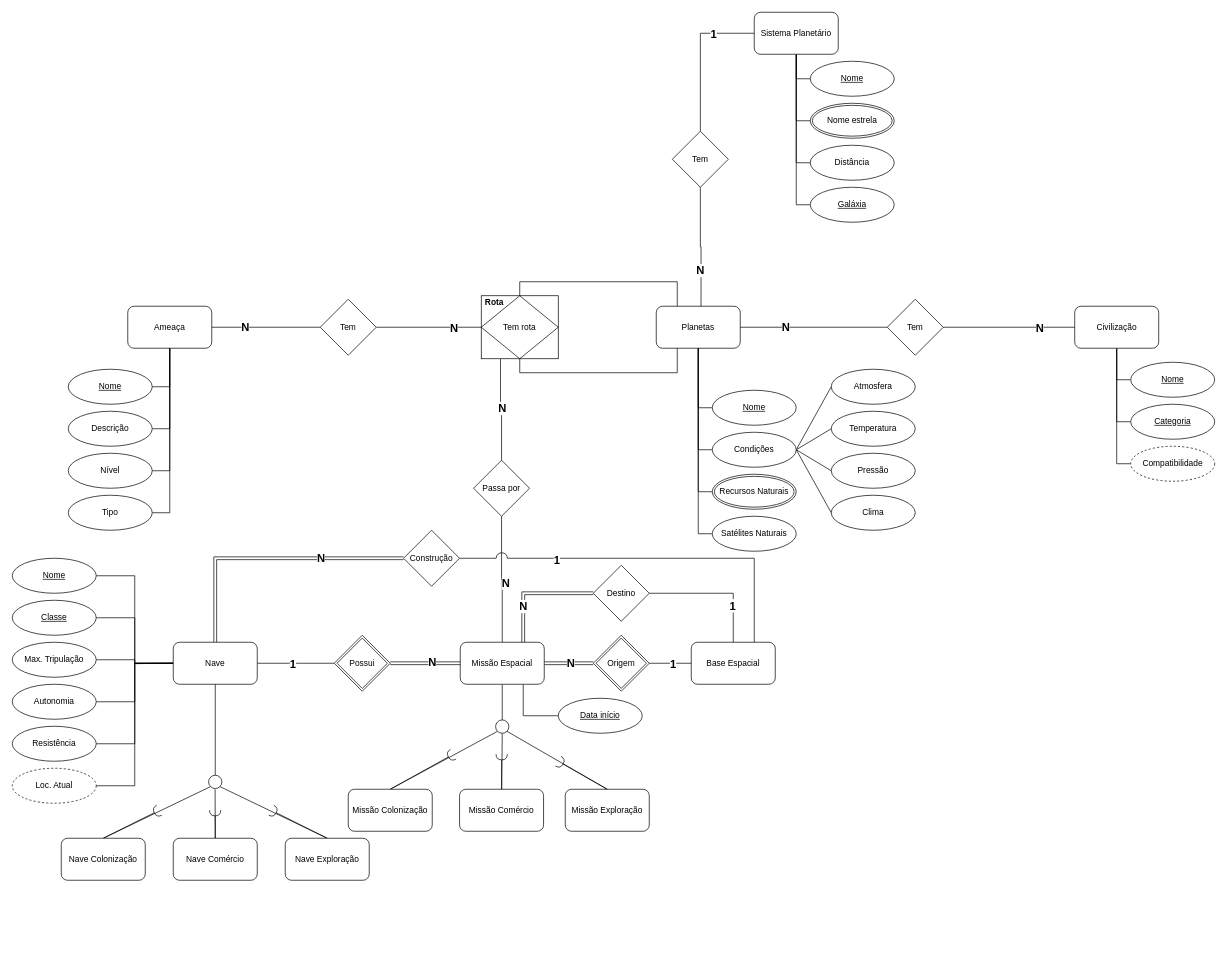
Before: MER Trabalho de BD.drawio in nicholasestevao/BD-Entity-Relationship-Model, a draw.io diagram. Source tidied: cells renumbered, new cells numbered last; positions are measured from the earlier drawing's top-left corner, leaving out a move shared by most shapes. Both pictures are drawn from the tidied source at 70%, with x=0, y=0 at pixel (12, 12).
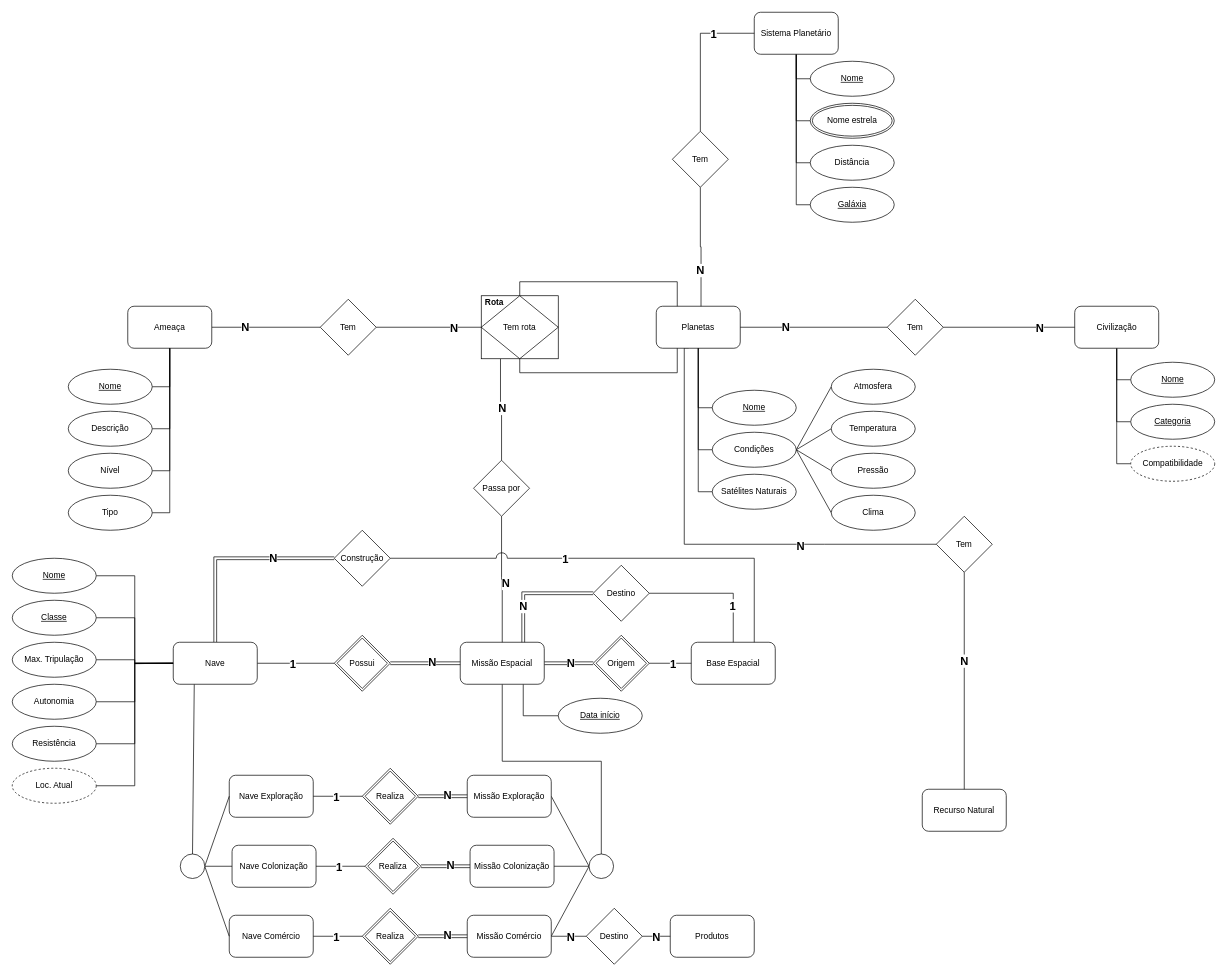
The same page after the edit.

Commit message:
produtos e recursos

Unchanged cells that the change refers to:
```xml
<mxCell id="14" value="Nave" style="rounded=1;whiteSpace=wrap;html=1;" parent="1" vertex="1">
  <mxGeometry x="230" y="900" width="120" height="60" as="geometry" />
</mxCell>
<mxCell id="20" value="Missão Espacial" style="rounded=1;whiteSpace=wrap;html=1;" parent="1" vertex="1">
  <mxGeometry x="640" y="900" width="120" height="60" as="geometry" />
</mxCell>
<mxCell id="30" value="Planetas" style="rounded=1;whiteSpace=wrap;html=1;" parent="1" vertex="1">
  <mxGeometry x="920" y="420" width="120" height="60" as="geometry" />
</mxCell>
<mxCell id="122" style="edgeStyle=orthogonalEdgeStyle;rounded=0;jettySize=auto;html=1;exitX=1;exitY=0.5;exitDx=0;exitDy=0;endArrow=none;endFill=0;entryX=0.75;entryY=0;entryDx=0;entryDy=0;jumpStyle=arc;jumpSize=16;" parent="1" edge="1" source="124" target="15">
  <mxGeometry relative="1" as="geometry" />
</mxCell>
```

What changed in the source:
```diff
@@
+    <mxCell id="127" style="rounded=0;jettySize=auto;html=1;exitX=0.25;exitY=1;exitDx=0;exitDy=0;entryX=0.5;entryY=0;entryDx=0;entryDy=0;endArrow=none;endFill=0;" parent="1" edge="1" source="14" target="157">
+      <mxGeometry relative="1" as="geometry" />
+    </mxCell>
@@
-    <mxCell id="19" style="edgeStyle=orthogonalEdgeStyle;rounded=0;jettySize=auto;html=1;exitX=0.5;exitY=1;exitDx=0;exitDy=0;entryX=0.5;entryY=0;entryDx=0;entryDy=0;endArrow=none;endFill=0;" parent="1" edge="1" source="20" target="116">
-      <mxGeometry relative="1" as="geometry" />
+    <mxCell id="19" style="rounded=0;jettySize=auto;html=1;exitX=0.5;exitY=1;exitDx=0;exitDy=0;endArrow=none;endFill=0;entryX=0.5;entryY=0;entryDx=0;entryDy=0;edgeStyle=orthogonalEdgeStyle;" parent="1" edge="1" source="20" target="158">
+      <mxGeometry relative="1" as="geometry">
+        <Array as="points">
+          <mxPoint x="700" y="1070" />
+          <mxPoint x="842" y="1070" />
+        </Array>
+      </mxGeometry>
     </mxCell>
@@
+    <mxCell id="128" style="edgeStyle=orthogonalEdgeStyle;rounded=0;jettySize=auto;html=1;entryX=0;entryY=0.5;entryDx=0;entryDy=0;exitX=0.386;exitY=0.99;exitDx=0;exitDy=0;exitPerimeter=0;endArrow=none;endFill=0;" parent="1" edge="1" source="30" target="162">
+      <mxGeometry relative="1" as="geometry">
+        <Array as="points">
+          <mxPoint x="960" y="479" />
+          <mxPoint x="960" y="760" />
+          <mxPoint x="1160" y="760" />
+        </Array>
+      </mxGeometry>
+    </mxCell>
+    <mxCell id="129" value="N" style="edgeLabel;html=1;align=center;verticalAlign=middle;fontStyle=1;fontSize=16;" parent="128" vertex="1">
+      <mxGeometry x="0.4" y="-2" relative="1" as="geometry">
+        <mxPoint x="-1" as="offset" />
+      </mxGeometry>
+    </mxCell>
@@
-    <mxCell id="48" style="edgeStyle=orthogonalEdgeStyle;rounded=0;jettySize=auto;html=1;entryX=0;entryY=0.5;entryDx=0;entryDy=0;endArrow=none;endFill=0;exitX=0.5;exitY=1;exitDx=0;exitDy=0;" parent="1" edge="1" source="30" target="57">
-      <mxGeometry relative="1" as="geometry" />
-    </mxCell>
@@
     <mxCell id="56" value="Satélites Naturais" style="ellipse;whiteSpace=wrap;html=1;" parent="1" vertex="1">
-      <mxGeometry x="1000" y="720" width="120" height="50" as="geometry" />
+      <mxGeometry x="1000" y="660" width="120" height="50" as="geometry" />
     </mxCell>
-    <mxCell id="57" value="Recursos Naturais" style="ellipse;shape=doubleEllipse;margin=3;whiteSpace=wrap;html=1;align=center;" parent="1" vertex="1">
-      <mxGeometry x="1000" y="660" width="120" height="50" as="geometry" />
-    </mxCell>
@@
-    <mxCell id="98" style="rounded=0;jettySize=auto;html=1;exitX=0.5;exitY=0;exitDx=0;exitDy=0;endArrow=halfCircle;endFill=0;strokeWidth=1;" parent="1" edge="1" source="99">
-      <mxGeometry relative="1" as="geometry">
-        <mxPoint x="630" y="1060" as="targetPoint" />
-      </mxGeometry>
-    </mxCell>
+    <mxCell id="130" style="rounded=0;jettySize=auto;html=1;exitX=1;exitY=0.5;exitDx=0;exitDy=0;endArrow=none;endFill=0;entryX=0;entryY=0.5;entryDx=0;entryDy=0;" parent="1" edge="1" source="99" target="158">
+      <mxGeometry relative="1" as="geometry" />
+    </mxCell>
     <mxCell id="99" value="Missão Colonização" style="rounded=1;whiteSpace=wrap;html=1;" parent="1" vertex="1">
-      <mxGeometry x="480" y="1110" width="120" height="60" as="geometry" />
+      <mxGeometry x="654" y="1190" width="120" height="60" as="geometry" />
     </mxCell>
-    <mxCell id="100" style="edgeStyle=orthogonalEdgeStyle;rounded=0;jettySize=auto;html=1;exitX=0.5;exitY=0;exitDx=0;exitDy=0;endArrow=halfCircle;endFill=0;" parent="1" edge="1" source="101">
-      <mxGeometry relative="1" as="geometry">
-        <mxPoint x="699.2" y="1060" as="targetPoint" />
-      </mxGeometry>
-    </mxCell>
+    <mxCell id="131" style="edgeStyle=orthogonalEdgeStyle;rounded=0;jettySize=auto;html=1;exitX=1;exitY=0.5;exitDx=0;exitDy=0;endArrow=none;endFill=0;" parent="1" edge="1" source="101" target="153">
+      <mxGeometry relative="1" as="geometry" />
+    </mxCell>
+    <mxCell id="132" value="&lt;b style=&quot;border-color: var(--border-color); font-size: 16px;&quot;&gt;N&lt;/b&gt;" style="edgeLabel;html=1;align=center;verticalAlign=middle;" parent="131" vertex="1">
+      <mxGeometry x="0.08" y="-2" relative="1" as="geometry">
+        <mxPoint y="-2" as="offset" />
+      </mxGeometry>
+    </mxCell>
+    <mxCell id="133" style="rounded=0;jettySize=auto;html=1;exitX=1;exitY=0.5;exitDx=0;exitDy=0;entryX=0;entryY=0.5;entryDx=0;entryDy=0;endArrow=none;endFill=0;" parent="1" edge="1" source="101" target="158">
+      <mxGeometry relative="1" as="geometry" />
+    </mxCell>
     <mxCell id="101" value="Missão Comércio" style="rounded=1;whiteSpace=wrap;html=1;" parent="1" vertex="1">
-      <mxGeometry x="639" y="1110" width="120" height="60" as="geometry" />
+      <mxGeometry x="650" y="1290" width="120" height="60" as="geometry" />
     </mxCell>
-    <mxCell id="102" style="rounded=0;jettySize=auto;html=1;exitX=0.5;exitY=0;exitDx=0;exitDy=0;endArrow=halfCircle;endFill=0;" parent="1" edge="1" source="103">
-      <mxGeometry relative="1" as="geometry">
-        <mxPoint x="780" y="1070" as="targetPoint" />
-      </mxGeometry>
-    </mxCell>
+    <mxCell id="134" style="rounded=0;jettySize=auto;html=1;entryX=0;entryY=0.5;entryDx=0;entryDy=0;endArrow=none;endFill=0;exitX=1;exitY=0.5;exitDx=0;exitDy=0;" parent="1" edge="1" source="103" target="158">
+      <mxGeometry relative="1" as="geometry" />
+    </mxCell>
     <mxCell id="103" value="Missão Exploração" style="rounded=1;whiteSpace=wrap;html=1;" parent="1" vertex="1">
-      <mxGeometry x="790" y="1110" width="120" height="60" as="geometry" />
+      <mxGeometry x="650" y="1090" width="120" height="60" as="geometry" />
     </mxCell>
-    <mxCell id="104" style="rounded=0;jettySize=auto;html=1;exitX=0.5;exitY=0;exitDx=0;exitDy=0;entryX=0;entryY=1;entryDx=0;entryDy=0;endArrow=none;endFill=0;" parent="1" edge="1" source="106" target="126">
-      <mxGeometry relative="1" as="geometry" />
-    </mxCell>
-    <mxCell id="105" style="rounded=0;jettySize=auto;html=1;exitX=0.5;exitY=0;exitDx=0;exitDy=0;endArrow=halfCircle;endFill=0;" parent="1" edge="1" source="106">
-      <mxGeometry relative="1" as="geometry">
-        <mxPoint x="210" y="1140" as="targetPoint" />
-      </mxGeometry>
-    </mxCell>
     <mxCell id="106" value="Nave Colonização" style="rounded=1;whiteSpace=wrap;html=1;" parent="1" vertex="1">
-      <mxGeometry x="70" y="1180" width="120" height="60" as="geometry" />
+      <mxGeometry x="314" y="1190" width="120" height="60" as="geometry" />
     </mxCell>
-    <mxCell id="107" style="rounded=0;jettySize=auto;html=1;exitX=0.5;exitY=0;exitDx=0;exitDy=0;endArrow=none;endFill=0;" parent="1" edge="1" source="109">
-      <mxGeometry relative="1" as="geometry">
-        <mxPoint x="289.8" y="1110" as="targetPoint" />
-      </mxGeometry>
-    </mxCell>
-    <mxCell id="108" style="edgeStyle=orthogonalEdgeStyle;rounded=0;jettySize=auto;html=1;exitX=0.5;exitY=0;exitDx=0;exitDy=0;endArrow=halfCircle;endFill=0;" parent="1" edge="1" source="109">
-      <mxGeometry relative="1" as="geometry">
-        <mxPoint x="289.8" y="1140" as="targetPoint" />
-      </mxGeometry>
-    </mxCell>
     <mxCell id="109" value="Nave Comércio" style="rounded=1;whiteSpace=wrap;html=1;" parent="1" vertex="1">
-      <mxGeometry x="230" y="1180" width="120" height="60" as="geometry" />
+      <mxGeometry x="310" y="1290" width="120" height="60" as="geometry" />
     </mxCell>
-    <mxCell id="110" style="rounded=0;jettySize=auto;html=1;exitX=0.5;exitY=0;exitDx=0;exitDy=0;entryX=1;entryY=1;entryDx=0;entryDy=0;endArrow=none;endFill=0;" parent="1" edge="1" source="112" target="126">
-      <mxGeometry relative="1" as="geometry" />
-    </mxCell>
-    <mxCell id="111" style="rounded=0;jettySize=auto;html=1;exitX=0.5;exitY=0;exitDx=0;exitDy=0;endArrow=halfCircle;endFill=0;" parent="1" edge="1" source="112">
-      <mxGeometry relative="1" as="geometry">
-        <mxPoint x="370" y="1140" as="targetPoint" />
-      </mxGeometry>
-    </mxCell>
     <mxCell id="112" value="Nave Exploração" style="rounded=1;whiteSpace=wrap;html=1;" parent="1" vertex="1">
-      <mxGeometry x="390" y="1180" width="120" height="60" as="geometry" />
+      <mxGeometry x="310" y="1090" width="120" height="60" as="geometry" />
     </mxCell>
-    <mxCell id="113" style="rounded=0;jettySize=auto;html=1;exitX=0;exitY=1;exitDx=0;exitDy=0;entryX=0.5;entryY=0;entryDx=0;entryDy=0;endArrow=none;endFill=0;strokeWidth=1;" parent="1" edge="1" source="116" target="99">
-      <mxGeometry relative="1" as="geometry" />
-    </mxCell>
-    <mxCell id="114" style="rounded=0;jettySize=auto;html=1;exitX=0.5;exitY=1;exitDx=0;exitDy=0;endArrow=none;endFill=0;" parent="1" edge="1" source="116" target="101">
-      <mxGeometry relative="1" as="geometry" />
-    </mxCell>
-    <mxCell id="115" style="rounded=0;jettySize=auto;html=1;exitX=1;exitY=1;exitDx=0;exitDy=0;endArrow=none;endFill=0;entryX=0.5;entryY=0;entryDx=0;entryDy=0;" parent="1" edge="1" source="116" target="103">
-      <mxGeometry relative="1" as="geometry" />
-    </mxCell>
-    <mxCell id="116" style="ellipse;whiteSpace=wrap;html=1;" parent="1" vertex="1">
-      <mxGeometry x="690.5" y="1011" width="19" height="19" as="geometry" />
-    </mxCell>
@@
     <mxCell id="123" value="&lt;b&gt;&lt;font style=&quot;font-size: 16px;&quot;&gt;1&lt;/font&gt;&lt;/b&gt;" style="edgeLabel;html=1;align=center;verticalAlign=middle;" parent="122" vertex="1">
-      <mxGeometry x="-0.49" y="-1" relative="1" as="geometry" />
+      <mxGeometry x="-0.49" y="-1" relative="1" as="geometry">
+        <mxPoint x="86" y="-1" as="offset" />
+      </mxGeometry>
     </mxCell>
     <mxCell id="124" value="Construção" style="rhombus;whiteSpace=wrap;html=1;" parent="1" vertex="1">
-      <mxGeometry x="559" y="740" width="80" height="80" as="geometry" />
+      <mxGeometry x="460" y="740" width="80" height="80" as="geometry" />
     </mxCell>
-    <mxCell id="125" style="edgeStyle=orthogonalEdgeStyle;rounded=0;jettySize=auto;html=1;endArrow=none;endFill=0;" parent="1" edge="1" source="126" target="14">
-      <mxGeometry relative="1" as="geometry" />
-    </mxCell>
-    <mxCell id="126" style="ellipse;whiteSpace=wrap;html=1;" parent="1" vertex="1">
-      <mxGeometry x="280.5" y="1090" width="19" height="19" as="geometry" />
-    </mxCell>
+    <mxCell id="135" style="edgeStyle=orthogonalEdgeStyle;rounded=0;jettySize=auto;html=1;exitX=1;exitY=0.5;exitDx=0;exitDy=0;entryX=0;entryY=0.5;entryDx=0;entryDy=0;endArrow=none;endFill=0;fontSize=16;" parent="1" edge="1" source="112" target="139">
+      <mxGeometry relative="1" as="geometry" />
+    </mxCell>
+    <mxCell id="136" value="1" style="edgeLabel;html=1;align=center;verticalAlign=middle;fontStyle=1;fontSize=16;" parent="135" vertex="1">
+      <mxGeometry x="-0.1" y="-4" relative="1" as="geometry">
+        <mxPoint y="-4" as="offset" />
+      </mxGeometry>
+    </mxCell>
+    <mxCell id="137" style="edgeStyle=orthogonalEdgeStyle;rounded=0;jettySize=auto;html=1;exitX=1;exitY=0.5;exitDx=0;exitDy=0;shape=link;entryX=0;entryY=0.5;entryDx=0;entryDy=0;" parent="1" edge="1" source="139" target="103">
+      <mxGeometry relative="1" as="geometry" />
+    </mxCell>
+    <mxCell id="138" value="&lt;b style=&quot;font-size: 16px;&quot;&gt;N&lt;/b&gt;" style="edgeLabel;html=1;align=center;verticalAlign=middle;fontSize=16;" parent="137" vertex="1">
+      <mxGeometry x="0.18" y="2" relative="1" as="geometry" />
+    </mxCell>
+    <mxCell id="139" value="Realiza" style="shape=rhombus;double=1;perimeter=rhombusPerimeter;whiteSpace=wrap;html=1;align=center;" parent="1" vertex="1">
+      <mxGeometry x="500" y="1080" width="80" height="80" as="geometry" />
+    </mxCell>
+    <mxCell id="140" style="edgeStyle=orthogonalEdgeStyle;rounded=0;jettySize=auto;html=1;exitX=1;exitY=0.5;exitDx=0;exitDy=0;entryX=0;entryY=0.5;entryDx=0;entryDy=0;endArrow=none;endFill=0;fontSize=16;" parent="1" edge="1" source="109" target="144">
+      <mxGeometry relative="1" as="geometry" />
+    </mxCell>
+    <mxCell id="141" value="1" style="edgeLabel;html=1;align=center;verticalAlign=middle;fontStyle=1;fontSize=16;" parent="140" vertex="1">
+      <mxGeometry x="-0.1" y="-4" relative="1" as="geometry">
+        <mxPoint y="-4" as="offset" />
+      </mxGeometry>
+    </mxCell>
+    <mxCell id="142" style="edgeStyle=orthogonalEdgeStyle;rounded=0;jettySize=auto;html=1;exitX=1;exitY=0.5;exitDx=0;exitDy=0;shape=link;" parent="1" edge="1" source="144">
+      <mxGeometry relative="1" as="geometry">
+        <mxPoint x="650" y="1320" as="targetPoint" />
+      </mxGeometry>
+    </mxCell>
+    <mxCell id="143" value="&lt;b style=&quot;font-size: 16px;&quot;&gt;N&lt;/b&gt;" style="edgeLabel;html=1;align=center;verticalAlign=middle;fontSize=16;" parent="142" vertex="1">
+      <mxGeometry x="0.18" y="2" relative="1" as="geometry" />
+    </mxCell>
+    <mxCell id="144" value="Realiza" style="shape=rhombus;double=1;perimeter=rhombusPerimeter;whiteSpace=wrap;html=1;align=center;" parent="1" vertex="1">
+      <mxGeometry x="500" y="1280" width="80" height="80" as="geometry" />
+    </mxCell>
+    <mxCell id="145" style="edgeStyle=orthogonalEdgeStyle;rounded=0;jettySize=auto;html=1;exitX=1;exitY=0.5;exitDx=0;exitDy=0;entryX=0;entryY=0.5;entryDx=0;entryDy=0;endArrow=none;endFill=0;fontSize=16;" parent="1" edge="1" source="106" target="149">
+      <mxGeometry relative="1" as="geometry" />
+    </mxCell>
+    <mxCell id="146" value="1" style="edgeLabel;html=1;align=center;verticalAlign=middle;fontStyle=1;fontSize=16;" parent="145" vertex="1">
+      <mxGeometry x="-0.1" y="-4" relative="1" as="geometry">
+        <mxPoint y="-4" as="offset" />
+      </mxGeometry>
+    </mxCell>
+    <mxCell id="147" style="edgeStyle=orthogonalEdgeStyle;rounded=0;jettySize=auto;html=1;exitX=1;exitY=0.5;exitDx=0;exitDy=0;shape=link;entryX=0;entryY=0.5;entryDx=0;entryDy=0;" parent="1" edge="1" source="149" target="99">
+      <mxGeometry relative="1" as="geometry" />
+    </mxCell>
+    <mxCell id="148" value="&lt;b style=&quot;font-size: 16px;&quot;&gt;N&lt;/b&gt;" style="edgeLabel;html=1;align=center;verticalAlign=middle;fontSize=16;" parent="147" vertex="1">
+      <mxGeometry x="0.18" y="2" relative="1" as="geometry" />
+    </mxCell>
+    <mxCell id="149" value="Realiza" style="shape=rhombus;double=1;perimeter=rhombusPerimeter;whiteSpace=wrap;html=1;align=center;" parent="1" vertex="1">
+      <mxGeometry x="504" y="1180" width="80" height="80" as="geometry" />
+    </mxCell>
+    <mxCell id="150" value="Produtos" style="rounded=1;whiteSpace=wrap;html=1;" parent="1" vertex="1">
+      <mxGeometry x="940" y="1290" width="120" height="60" as="geometry" />
+    </mxCell>
+    <mxCell id="151" style="edgeStyle=orthogonalEdgeStyle;rounded=0;jettySize=auto;html=1;exitX=1;exitY=0.5;exitDx=0;exitDy=0;entryX=0;entryY=0.5;entryDx=0;entryDy=0;endArrow=none;endFill=0;" parent="1" edge="1" source="153" target="150">
+      <mxGeometry relative="1" as="geometry" />
+    </mxCell>
+    <mxCell id="152" value="&lt;b style=&quot;border-color: var(--border-color); font-size: 16px;&quot;&gt;N&lt;/b&gt;" style="edgeLabel;html=1;align=center;verticalAlign=middle;" parent="151" vertex="1">
+      <mxGeometry x="-0.08" y="2" relative="1" as="geometry">
+        <mxPoint x="1" y="2" as="offset" />
+      </mxGeometry>
+    </mxCell>
+    <mxCell id="153" value="Destino" style="rhombus;whiteSpace=wrap;html=1;" parent="1" vertex="1">
+      <mxGeometry x="820" y="1280" width="80" height="80" as="geometry" />
+    </mxCell>
+    <mxCell id="154" style="rounded=0;jettySize=auto;html=1;exitX=1;exitY=0.5;exitDx=0;exitDy=0;entryX=0;entryY=0.5;entryDx=0;entryDy=0;endArrow=none;endFill=0;" parent="1" edge="1" source="157" target="112">
+      <mxGeometry relative="1" as="geometry" />
+    </mxCell>
+    <mxCell id="155" style="rounded=0;jettySize=auto;html=1;exitX=1;exitY=0.5;exitDx=0;exitDy=0;entryX=0;entryY=0.5;entryDx=0;entryDy=0;endArrow=none;endFill=0;" parent="1" edge="1" source="157" target="109">
+      <mxGeometry relative="1" as="geometry" />
+    </mxCell>
+    <mxCell id="156" style="rounded=0;jettySize=auto;html=1;exitX=1;exitY=0.5;exitDx=0;exitDy=0;entryX=0;entryY=0.5;entryDx=0;entryDy=0;endArrow=none;endFill=0;" parent="1" edge="1" source="157" target="106">
+      <mxGeometry relative="1" as="geometry" />
+    </mxCell>
+    <mxCell id="157" style="ellipse;whiteSpace=wrap;html=1;" parent="1" vertex="1">
+      <mxGeometry x="240" y="1202.5" width="35" height="35" as="geometry" />
+    </mxCell>
+    <mxCell id="158" style="ellipse;whiteSpace=wrap;html=1;" parent="1" vertex="1">
+      <mxGeometry x="824" y="1202.5" width="35" height="35" as="geometry" />
+    </mxCell>
+    <mxCell id="159" value="Recurso Natural" style="rounded=1;whiteSpace=wrap;html=1;" parent="1" vertex="1">
+      <mxGeometry x="1300" y="1110" width="120" height="60" as="geometry" />
+    </mxCell>
+    <mxCell id="160" style="edgeStyle=orthogonalEdgeStyle;rounded=0;jettySize=auto;html=1;exitX=0.5;exitY=1;exitDx=0;exitDy=0;entryX=0.5;entryY=0;entryDx=0;entryDy=0;endArrow=none;endFill=0;" parent="1" edge="1" source="162" target="159">
+      <mxGeometry relative="1" as="geometry" />
+    </mxCell>
+    <mxCell id="161" value="N" style="edgeLabel;html=1;align=center;verticalAlign=middle;fontStyle=1;fontSize=16;" parent="160" vertex="1">
+      <mxGeometry x="-0.19" y="-1" relative="1" as="geometry" />
+    </mxCell>
+    <mxCell id="162" value="Tem" style="rhombus;whiteSpace=wrap;html=1;rotation=0;" parent="1" vertex="1">
+      <mxGeometry x="1320" y="720" width="80" height="80" as="geometry" />
+    </mxCell>
```
